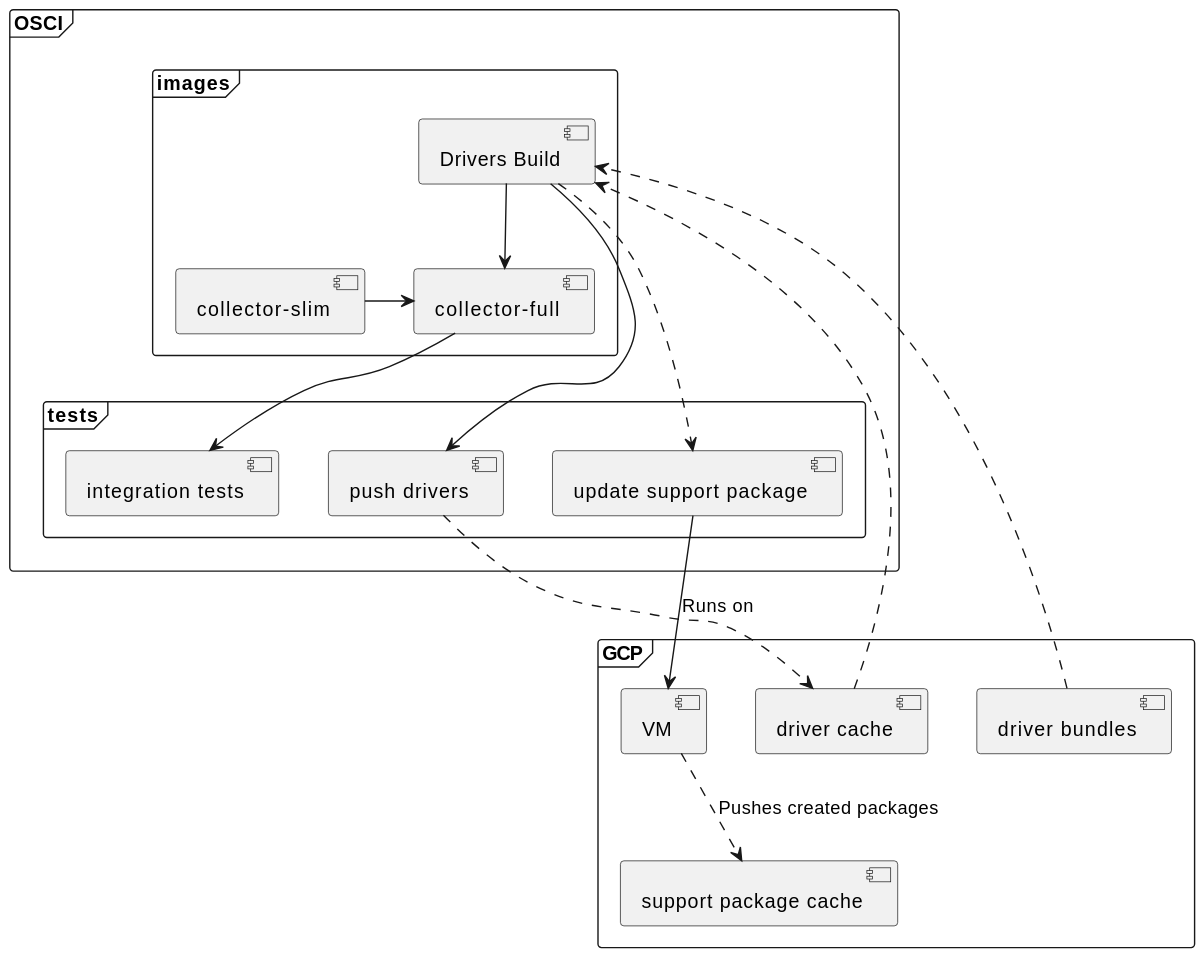
stackrox/collector keeps this PlantUML diagram as docs/imgs/driver-flow.svg. Above is the earlier version.
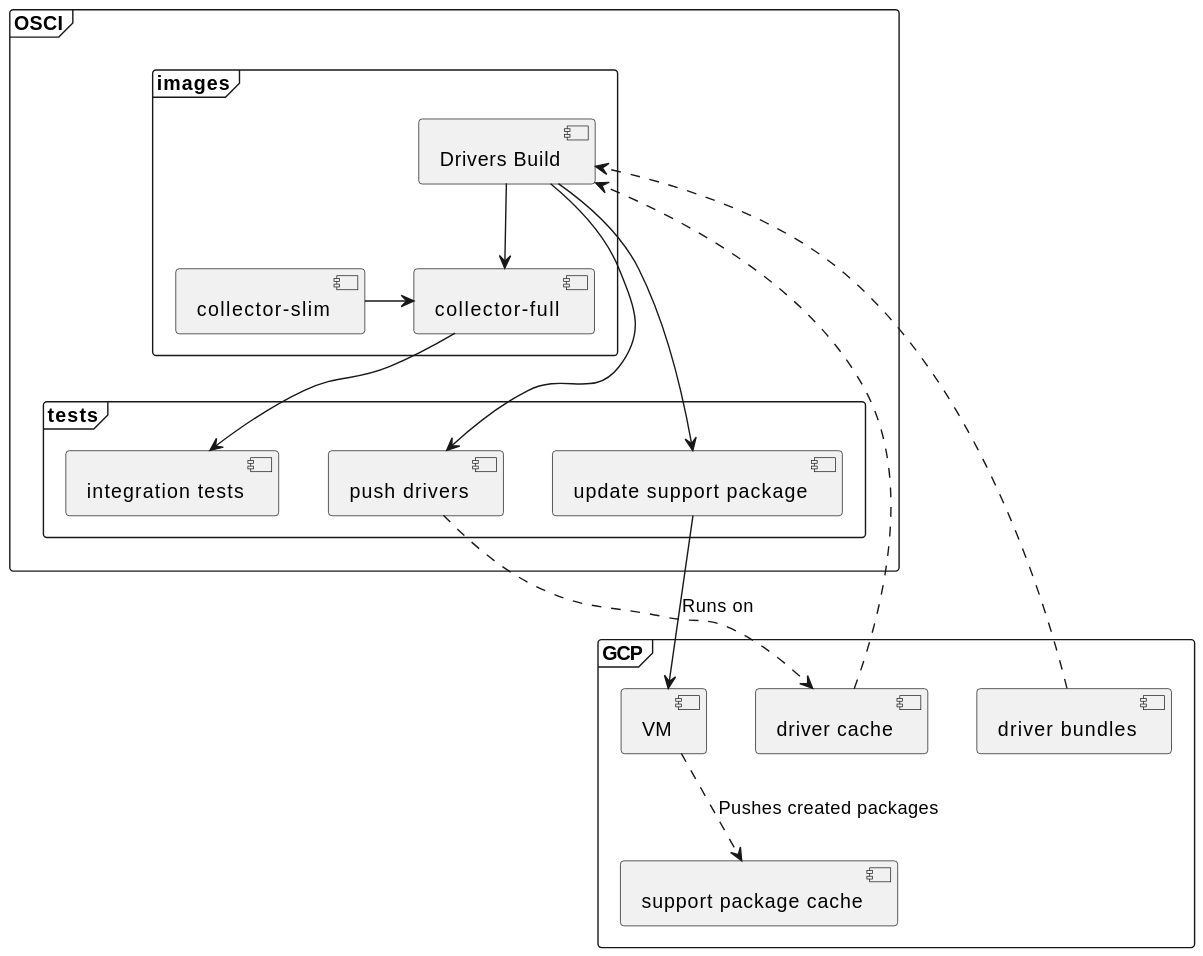
After the commit.

Diff of the diagram source:
```diff
@@ -27,7 +27,7 @@
         dbuild --> dpush
         dpush ..> dcache
         dcache ..> dbuild
-        dbuild ..> updatesupa
+        dbuild --> updatesupa
         updatesupa --> VM : Runs on
     }
 }
```
